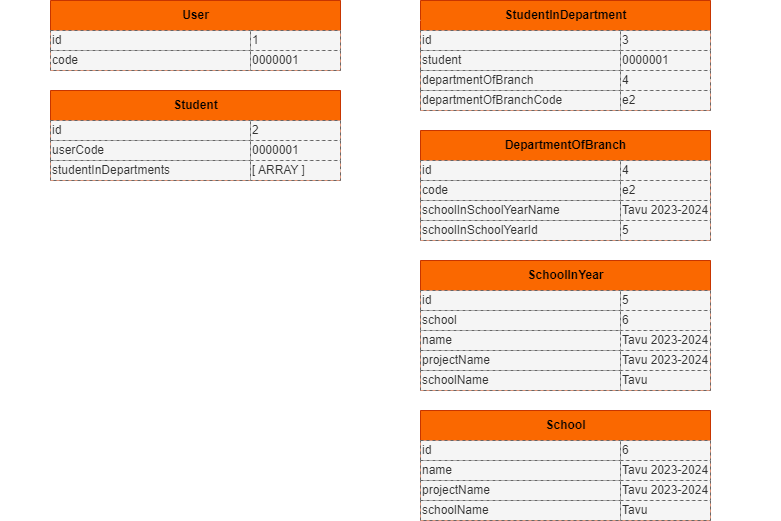
Before: assets/uml.png, a diagram exported from draw.io (Tools4everBV/Hello-Conn-Prov-Target-Zermelo). Source tidied: cells renumbered, new cells last; positions are measured from the earlier drawing's top-left corner, leaving out a move shared by most shapes.
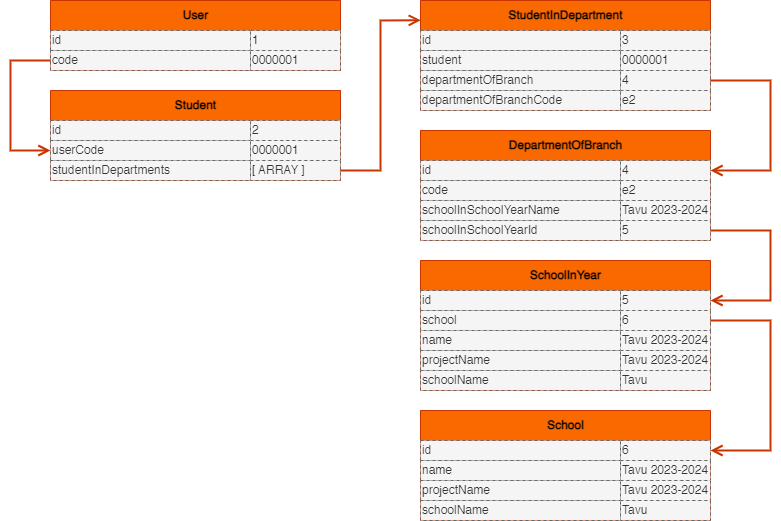
Later version of the same file.

Change to the diagram source:
```diff
@@ -134,7 +134,7 @@
     <mxCell id="45" value="Tavu" style="shape=partialRectangle;html=1;top=1;align=left;dashed=1;fillColor=#f5f5f5;fontColor=#333333;strokeColor=#666666;" parent="37" vertex="1">
       <mxGeometry x="200" y="90" width="90" height="20" as="geometry" />
     </mxCell>
-    <mxCell id="46" style="endArrow=open;startArrow=none;endFill=0;startFill=0;endSize=8;html=1;verticalAlign=bottom;labelBackgroundColor=none;strokeWidth=2;entryX=1;entryY=0.5;entryDx=0;entryDy=0;rounded=0;strokeColor=#FFFFFF;" parent="1" edge="1" target="30">
+    <mxCell id="46" style="endArrow=open;startArrow=none;endFill=0;startFill=0;endSize=8;html=1;verticalAlign=bottom;labelBackgroundColor=none;strokeWidth=2;entryX=1;entryY=0.5;entryDx=0;entryDy=0;rounded=0;strokeColor=#C73500;fillColor=#fa6800;" parent="1" edge="1" target="30">
       <mxGeometry relative="1" as="geometry">
         <mxPoint x="700" y="230" as="sourcePoint" />
         <Array as="points">
@@ -144,7 +144,7 @@
         </Array>
       </mxGeometry>
     </mxCell>
-    <mxCell id="47" style="endArrow=open;startArrow=none;endFill=0;startFill=0;endSize=8;html=1;verticalAlign=bottom;labelBackgroundColor=none;strokeWidth=2;exitX=1;exitY=0.5;exitDx=0;exitDy=0;entryX=1;entryY=0.5;entryDx=0;entryDy=0;rounded=0;shadow=0;strokeColor=#FFFFFF;" parent="1" edge="1" source="35" target="42">
+    <mxCell id="47" style="endArrow=open;startArrow=none;endFill=0;startFill=0;endSize=8;html=1;verticalAlign=bottom;labelBackgroundColor=none;strokeWidth=2;exitX=1;exitY=0.5;exitDx=0;exitDy=0;entryX=1;entryY=0.5;entryDx=0;entryDy=0;rounded=0;shadow=0;strokeColor=#C73500;fillColor=#fa6800;" parent="1" edge="1" source="35" target="42">
       <mxGeometry relative="1" as="geometry">
         <Array as="points">
           <mxPoint x="760" y="320" />
@@ -173,7 +173,7 @@
     <mxCell id="54" value="[ ARRAY ]" style="shape=partialRectangle;html=1;top=1;align=left;dashed=1;fillColor=#f5f5f5;fontColor=#333333;strokeColor=#666666;" parent="48" vertex="1">
       <mxGeometry x="200" y="70" width="90" height="20" as="geometry" />
     </mxCell>
-    <mxCell id="55" style="endArrow=open;startArrow=none;endFill=0;startFill=0;endSize=8;html=1;verticalAlign=bottom;labelBackgroundColor=none;strokeWidth=2;entryX=1;entryY=0.5;entryDx=0;entryDy=0;exitX=1;exitY=0.5;exitDx=0;exitDy=0;rounded=0;fillColor=#f5f5f5;strokeColor=#FFFFFF;" parent="1" edge="1" source="14" target="21">
+    <mxCell id="55" style="endArrow=open;startArrow=none;endFill=0;startFill=0;endSize=8;html=1;verticalAlign=bottom;labelBackgroundColor=none;strokeWidth=2;entryX=1;entryY=0.5;entryDx=0;entryDy=0;exitX=1;exitY=0.5;exitDx=0;exitDy=0;rounded=0;fillColor=#fa6800;strokeColor=#C73500;" parent="1" edge="1" source="14" target="21">
       <mxGeometry relative="1" as="geometry">
         <Array as="points">
           <mxPoint x="750" y="80" />
@@ -182,7 +182,7 @@
         </Array>
       </mxGeometry>
     </mxCell>
-    <mxCell id="56" style="endArrow=open;startArrow=none;endFill=0;startFill=0;endSize=8;html=1;verticalAlign=bottom;labelBackgroundColor=none;strokeWidth=2;rounded=0;shadow=0;sketch=0;entryX=0.001;entryY=0.179;entryDx=0;entryDy=0;entryPerimeter=0;fillColor=#f5f5f5;strokeColor=#FFFFFF;exitX=1;exitY=0.5;exitDx=0;exitDy=0;" parent="1" edge="1" source="54" target="7">
+    <mxCell id="56" style="endArrow=open;startArrow=none;endFill=0;startFill=0;endSize=8;html=1;verticalAlign=bottom;labelBackgroundColor=none;strokeWidth=2;rounded=0;shadow=0;sketch=0;entryX=0.001;entryY=0.179;entryDx=0;entryDy=0;entryPerimeter=0;fillColor=#fa6800;strokeColor=#C73500;exitX=1;exitY=0.5;exitDx=0;exitDy=0;" parent="1" edge="1" source="54" target="7">
       <mxGeometry relative="1" as="geometry">
         <Array as="points">
           <mxPoint x="370" y="170" />
@@ -190,7 +190,7 @@
         </Array>
       </mxGeometry>
     </mxCell>
-    <mxCell id="57" style="endArrow=open;startArrow=none;endFill=0;startFill=0;endSize=8;html=1;verticalAlign=bottom;labelBackgroundColor=none;strokeWidth=2;exitX=0;exitY=0.5;exitDx=0;exitDy=0;rounded=0;fillColor=#f5f5f5;strokeColor=#FFFFFF;entryX=0;entryY=0.5;entryDx=0;entryDy=0;" parent="1" edge="1" source="4" target="50">
+    <mxCell id="57" style="endArrow=open;startArrow=none;endFill=0;startFill=0;endSize=8;html=1;verticalAlign=bottom;labelBackgroundColor=none;strokeWidth=2;exitX=0;exitY=0.5;exitDx=0;exitDy=0;rounded=0;fillColor=#fa6800;strokeColor=#C73500;entryX=0;entryY=0.5;entryDx=0;entryDy=0;" parent="1" edge="1" source="4" target="50">
       <mxGeometry relative="1" as="geometry">
         <Array as="points">
           <mxPoint y="60" />
```
